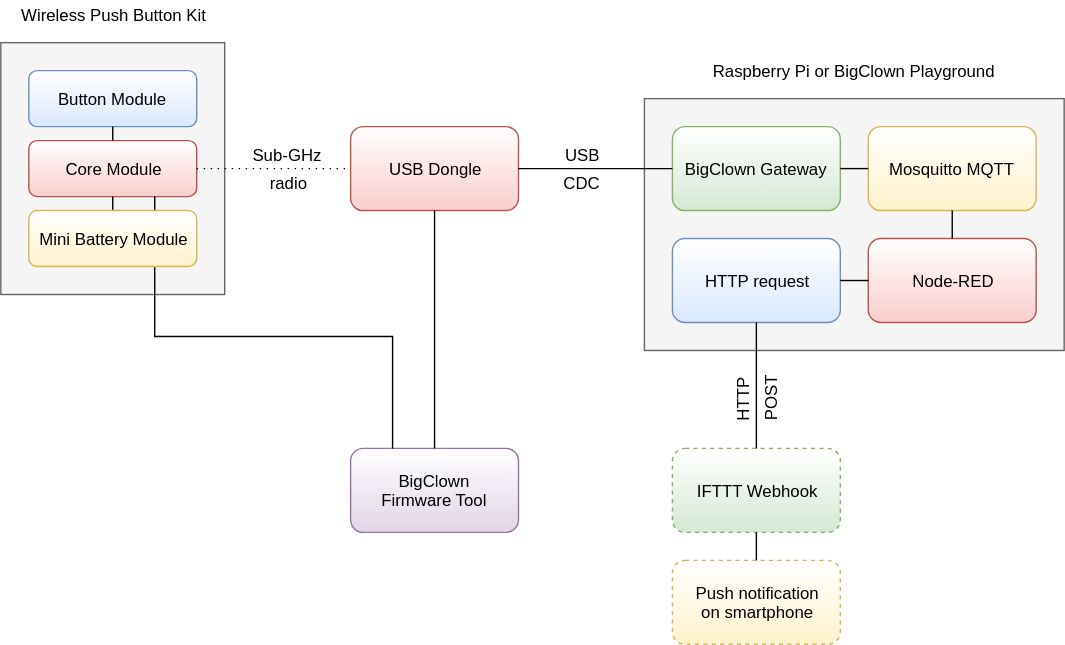
Earlier version of the draw.io export static/doc/projects/wireless-smart-led-strip/block-diagram.svg (hardwario/bc-website). Source tidied: cells renumbered, new cells last; positions are measured from the earlier drawing's top-left corner, leaving out a move shared by most shapes.
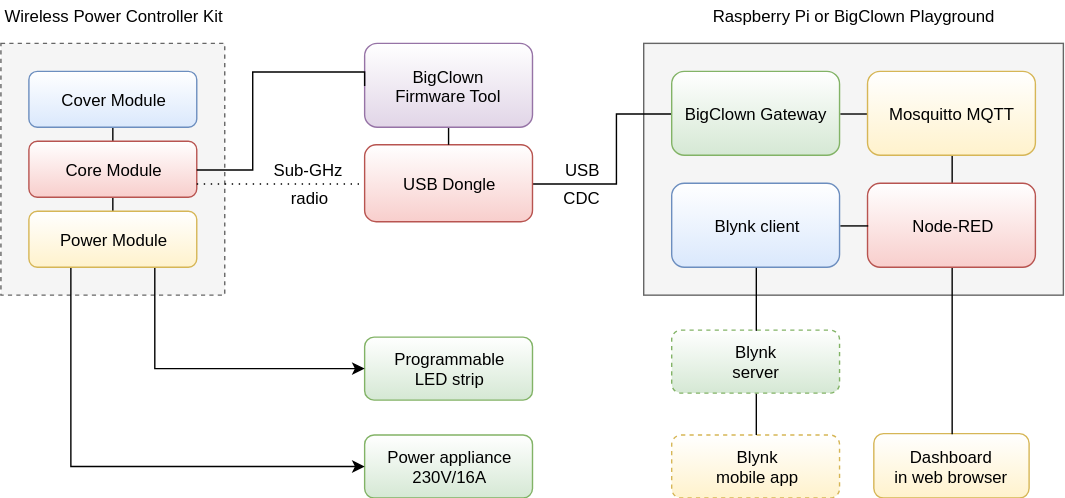
The same diagram one commit later.

The edit, as a diff of the source:
```diff
@@ -2,106 +2,123 @@
   <root>
     <mxCell id="0" />
     <mxCell id="1" parent="0" />
-    <mxCell id="2" style="rounded=0;whiteSpace=wrap;html=1;fillColor=#f5f5f5;strokeColor=#666666;" parent="1" vertex="1">
-      <mxGeometry x="460" y="70" width="300" height="180" as="geometry" />
-    </mxCell>
-    <mxCell id="3" style="rounded=0;whiteSpace=wrap;html=1;fillColor=#f5f5f5;strokeColor=#666666;" parent="1" vertex="1">
-      <mxGeometry y="30" width="160" height="180" as="geometry" />
-    </mxCell>
-    <mxCell id="4" value="Button Module" style="rounded=1;whiteSpace=wrap;html=1;fillColor=#dae8fc;strokeColor=#6c8ebf;gradientDirection=north;gradientColor=#ffffff;" parent="1" vertex="1">
-      <mxGeometry x="20" y="50" width="120" height="40" as="geometry" />
-    </mxCell>
-    <mxCell id="5" value="Core Module" style="rounded=1;whiteSpace=wrap;html=1;fillColor=#f8cecc;strokeColor=#b85450;gradientDirection=north;gradientColor=#ffffff;" parent="1" vertex="1">
-      <mxGeometry x="20" y="100" width="120" height="40" as="geometry" />
-    </mxCell>
+    <mxCell id="34" style="rounded=0;whiteSpace=wrap;html=1;fillColor=#f5f5f5;strokeColor=#666666;dashed=1;" parent="1" vertex="1">
+      <mxGeometry x="20" y="47.5" width="160" height="180" as="geometry" />
+    </mxCell>
+    <mxCell id="35" style="rounded=0;whiteSpace=wrap;html=1;fillColor=#f5f5f5;strokeColor=#666666;" parent="1" vertex="1">
+      <mxGeometry x="479.5" y="47.5" width="300" height="180" as="geometry" />
+    </mxCell>
+    <mxCell id="14" style="edgeStyle=orthogonalEdgeStyle;rounded=0;html=1;exitX=1;exitY=0.5;entryX=0;entryY=0.5;endArrow=none;endFill=0;jettySize=auto;" parent="1" edge="1" source="6" target="7">
+      <mxGeometry relative="1" as="geometry">
+        <Array as="points">
+          <mxPoint x="460" y="147.5" />
+          <mxPoint x="460" y="97.5" />
+        </Array>
+      </mxGeometry>
+    </mxCell>
     <mxCell id="6" value="USB Dongle" style="rounded=1;whiteSpace=wrap;html=1;fillColor=#f8cecc;strokeColor=#b85450;gradientDirection=north;gradientColor=#ffffff;" parent="1" vertex="1">
-      <mxGeometry x="250" y="90" width="120" height="60" as="geometry" />
+      <mxGeometry x="280" y="120" width="120" height="55" as="geometry" />
     </mxCell>
+    <mxCell id="15" style="edgeStyle=orthogonalEdgeStyle;rounded=0;html=1;exitX=1;exitY=0.5;entryX=0;entryY=0.5;endArrow=none;endFill=0;jettySize=auto;" parent="1" edge="1" source="7" target="8">
+      <mxGeometry relative="1" as="geometry" />
+    </mxCell>
     <mxCell id="7" value="BigClown Gateway" style="rounded=1;whiteSpace=wrap;html=1;fillColor=#d5e8d4;strokeColor=#82b366;gradientDirection=north;gradientColor=#ffffff;" parent="1" vertex="1">
-      <mxGeometry x="480" y="90" width="120" height="60" as="geometry" />
+      <mxGeometry x="499.5" y="67.5" width="120" height="60" as="geometry" />
     </mxCell>
+    <mxCell id="16" style="edgeStyle=orthogonalEdgeStyle;rounded=0;html=1;exitX=0.5;exitY=1;entryX=0.5;entryY=0;endArrow=none;endFill=0;jettySize=auto;" parent="1" edge="1" source="8" target="9">
+      <mxGeometry relative="1" as="geometry" />
+    </mxCell>
     <mxCell id="8" value="Mosquitto MQTT" style="rounded=1;whiteSpace=wrap;html=1;fillColor=#fff2cc;strokeColor=#d6b656;gradientColor=#ffffff;gradientDirection=north;" parent="1" vertex="1">
-      <mxGeometry x="620" y="90" width="120" height="60" as="geometry" />
+      <mxGeometry x="639.5" y="67.5" width="120" height="60" as="geometry" />
     </mxCell>
     <mxCell id="9" value="Node-RED" style="rounded=1;whiteSpace=wrap;html=1;fillColor=#f8cecc;strokeColor=#b85450;gradientDirection=north;gradientColor=#ffffff;" parent="1" vertex="1">
-      <mxGeometry x="620" y="170" width="120" height="60" as="geometry" />
+      <mxGeometry x="639.5" y="147.5" width="120" height="60" as="geometry" />
     </mxCell>
     <mxCell id="10" value="BigClown&lt;div&gt;Firmware Tool&lt;/div&gt;" style="rounded=1;whiteSpace=wrap;html=1;fillColor=#e1d5e7;strokeColor=#9673a6;gradientDirection=north;gradientColor=#ffffff;" parent="1" vertex="1">
-      <mxGeometry x="250" y="320" width="120" height="60" as="geometry" />
+      <mxGeometry x="280" y="47.5" width="120" height="60" as="geometry" />
     </mxCell>
-    <mxCell id="11" style="edgeStyle=orthogonalEdgeStyle;rounded=0;html=1;exitX=0.5;exitY=1;entryX=0.5;entryY=0;jettySize=auto;endArrow=none;endFill=0;" parent="1" edge="1" source="4" target="5">
-      <mxGeometry relative="1" as="geometry" />
-    </mxCell>
-    <mxCell id="12" style="edgeStyle=orthogonalEdgeStyle;rounded=0;html=1;exitX=0.5;exitY=1;entryX=0.5;entryY=0;endArrow=none;endFill=0;jettySize=auto;" parent="1" edge="1" source="5" target="20">
-      <mxGeometry relative="1" as="geometry" />
-    </mxCell>
-    <mxCell id="13" style="edgeStyle=orthogonalEdgeStyle;rounded=0;html=1;exitX=1;exitY=0.5;entryX=0;entryY=0.5;endArrow=none;endFill=0;jettySize=auto;dashed=1;dashPattern=1 4;" parent="1" edge="1" source="5" target="6">
-      <mxGeometry relative="1" as="geometry" />
-    </mxCell>
-    <mxCell id="14" style="edgeStyle=orthogonalEdgeStyle;rounded=0;html=1;exitX=1;exitY=0.5;entryX=0;entryY=0.5;endArrow=none;endFill=0;jettySize=auto;" parent="1" edge="1" source="6" target="7">
-      <mxGeometry relative="1" as="geometry" />
-    </mxCell>
-    <mxCell id="15" style="edgeStyle=orthogonalEdgeStyle;rounded=0;html=1;exitX=1;exitY=0.5;entryX=0;entryY=0.5;endArrow=none;endFill=0;jettySize=auto;" parent="1" edge="1" source="7" target="8">
-      <mxGeometry relative="1" as="geometry" />
-    </mxCell>
-    <mxCell id="16" style="edgeStyle=orthogonalEdgeStyle;rounded=0;html=1;exitX=0.5;exitY=1;entryX=0.5;entryY=0;endArrow=none;endFill=0;jettySize=auto;" parent="1" edge="1" source="8" target="9">
-      <mxGeometry relative="1" as="geometry" />
-    </mxCell>
-    <mxCell id="17" value="Push notification&lt;div&gt;on smartphone&lt;/div&gt;" style="rounded=1;whiteSpace=wrap;html=1;fillColor=#fff2cc;strokeColor=#d6b656;gradientColor=#ffffff;gradientDirection=north;dashed=1;" parent="1" vertex="1">
-      <mxGeometry x="480" y="400" width="120" height="60" as="geometry" />
-    </mxCell>
-    <mxCell id="18" style="edgeStyle=orthogonalEdgeStyle;rounded=0;html=1;exitX=0.5;exitY=0;entryX=0.5;entryY=1;endArrow=none;endFill=0;jettySize=auto;" parent="1" edge="1" source="10" target="6">
-      <mxGeometry relative="1" as="geometry" />
-    </mxCell>
-    <mxCell id="19" style="edgeStyle=orthogonalEdgeStyle;rounded=0;html=1;exitX=0.25;exitY=0;entryX=0.75;entryY=1;endArrow=none;endFill=0;jettySize=auto;" parent="1" edge="1" source="10" target="5">
-      <mxGeometry relative="1" as="geometry">
-        <Array as="points">
-          <mxPoint x="280" y="240" />
-          <mxPoint x="110" y="240" />
-        </Array>
-      </mxGeometry>
-    </mxCell>
-    <mxCell id="20" value="Mini Battery Module" style="rounded=1;whiteSpace=wrap;html=1;fillColor=#fff2cc;strokeColor=#d6b656;gradientColor=#ffffff;gradientDirection=north;" parent="1" vertex="1">
-      <mxGeometry x="20" y="150" width="120" height="40" as="geometry" />
-    </mxCell>
-    <mxCell id="21" value="IFTTT Webhook" style="rounded=1;whiteSpace=wrap;html=1;fillColor=#d5e8d4;strokeColor=#82b366;gradientDirection=north;gradientColor=#ffffff;dashed=1;" parent="1" vertex="1">
-      <mxGeometry x="480" y="320" width="120" height="60" as="geometry" />
-    </mxCell>
-    <mxCell id="22" style="edgeStyle=orthogonalEdgeStyle;rounded=0;html=1;exitX=0.5;exitY=1;entryX=0.5;entryY=0;endArrow=none;endFill=0;jettySize=auto;" parent="1" edge="1" source="21" target="17">
-      <mxGeometry relative="1" as="geometry" />
-    </mxCell>
-    <mxCell id="23" value="HTTP request" style="rounded=1;whiteSpace=wrap;html=1;fillColor=#dae8fc;strokeColor=#6c8ebf;gradientDirection=north;gradientColor=#ffffff;" parent="1" vertex="1">
-      <mxGeometry x="480" y="170" width="120" height="60" as="geometry" />
-    </mxCell>
-    <mxCell id="24" style="edgeStyle=orthogonalEdgeStyle;rounded=0;html=1;exitX=1;exitY=0.5;entryX=0;entryY=0.5;endArrow=none;endFill=0;jettySize=auto;" parent="1" edge="1" source="23" target="9">
-      <mxGeometry relative="1" as="geometry" />
-    </mxCell>
-    <mxCell id="25" style="edgeStyle=orthogonalEdgeStyle;rounded=0;html=1;exitX=0.5;exitY=0;entryX=0.5;entryY=1;endArrow=none;endFill=0;jettySize=auto;" parent="1" edge="1" source="21" target="23">
-      <mxGeometry relative="1" as="geometry" />
-    </mxCell>
-    <mxCell id="26" value="Wireless Push Button Kit" style="text;html=1;strokeColor=none;fillColor=none;align=center;verticalAlign=middle;whiteSpace=wrap;rounded=0;" parent="1" vertex="1">
-      <mxGeometry width="160" height="20" as="geometry" />
-    </mxCell>
-    <mxCell id="27" value="Sub-GHz" style="text;html=1;strokeColor=none;fillColor=none;align=center;verticalAlign=middle;whiteSpace=wrap;rounded=0;" parent="1" vertex="1">
-      <mxGeometry x="160" y="100" width="90" height="20" as="geometry" />
-    </mxCell>
-    <mxCell id="28" value="radio" style="text;html=1;strokeColor=none;fillColor=none;align=center;verticalAlign=middle;whiteSpace=wrap;rounded=0;" parent="1" vertex="1">
-      <mxGeometry x="160" y="120" width="90" height="20" as="geometry" />
-    </mxCell>
+    <mxCell id="36" style="edgeStyle=orthogonalEdgeStyle;rounded=0;html=1;exitX=1;exitY=0.5;entryX=0;entryY=0.5;endArrow=none;endFill=0;jettySize=auto;" parent="1" edge="1" source="37" target="9">
+      <mxGeometry relative="1" as="geometry" />
+    </mxCell>
+    <mxCell id="37" value="Blynk client" style="rounded=1;whiteSpace=wrap;html=1;fillColor=#dae8fc;strokeColor=#6c8ebf;gradientDirection=north;gradientColor=#ffffff;" parent="1" vertex="1">
+      <mxGeometry x="499.5" y="147.5" width="120" height="60" as="geometry" />
+    </mxCell>
     <mxCell id="29" value="USB" style="text;html=1;strokeColor=none;fillColor=none;align=center;verticalAlign=middle;whiteSpace=wrap;rounded=0;" parent="1" vertex="1">
-      <mxGeometry x="370" y="100" width="90" height="20" as="geometry" />
+      <mxGeometry x="389.5" y="127.5" width="90" height="20" as="geometry" />
     </mxCell>
     <mxCell id="30" value="CDC" style="text;html=1;strokeColor=none;fillColor=none;align=center;verticalAlign=middle;whiteSpace=wrap;rounded=0;" parent="1" vertex="1">
-      <mxGeometry x="370" y="120" width="90" height="20" as="geometry" />
+      <mxGeometry x="389.5" y="147.5" width="90" height="20" as="geometry" />
     </mxCell>
     <mxCell id="31" value="Raspberry Pi or BigClown Playground" style="text;html=1;strokeColor=none;fillColor=none;align=center;verticalAlign=middle;whiteSpace=wrap;rounded=0;" parent="1" vertex="1">
-      <mxGeometry x="460" y="40" width="300" height="20" as="geometry" />
+      <mxGeometry x="479.5" y="17.5" width="300" height="20" as="geometry" />
     </mxCell>
-    <mxCell id="32" value="HTTP" style="text;html=1;strokeColor=none;fillColor=none;align=center;verticalAlign=middle;whiteSpace=wrap;rounded=0;rotation=-90;" parent="1" vertex="1">
-      <mxGeometry x="505" y="275" width="50" height="20" as="geometry" />
-    </mxCell>
-    <mxCell id="33" value="POST" style="text;html=1;strokeColor=none;fillColor=none;align=center;verticalAlign=middle;whiteSpace=wrap;rounded=0;rotation=-90;" parent="1" vertex="1">
-      <mxGeometry x="525" y="275" width="50" height="20" as="geometry" />
-    </mxCell>
+    <mxCell id="38" style="edgeStyle=orthogonalEdgeStyle;rounded=0;html=1;exitX=0.5;exitY=1;entryX=0.5;entryY=0;jettySize=auto;endArrow=none;endFill=0;" parent="1" edge="1" source="39" target="5">
+      <mxGeometry relative="1" as="geometry" />
+    </mxCell>
+    <mxCell id="39" value="Cover Module" style="rounded=1;whiteSpace=wrap;html=1;fillColor=#dae8fc;strokeColor=#6c8ebf;gradientDirection=north;gradientColor=#ffffff;" parent="1" vertex="1">
+      <mxGeometry x="40" y="67.5" width="120" height="40" as="geometry" />
+    </mxCell>
+    <mxCell id="40" style="edgeStyle=orthogonalEdgeStyle;rounded=0;html=1;exitX=0.5;exitY=1;entryX=0.5;entryY=0;endArrow=none;endFill=0;jettySize=auto;" parent="1" edge="1" source="5" target="41">
+      <mxGeometry relative="1" as="geometry" />
+    </mxCell>
+    <mxCell id="5" value="Core Module" style="rounded=1;whiteSpace=wrap;html=1;fillColor=#f8cecc;strokeColor=#b85450;gradientDirection=north;gradientColor=#ffffff;" parent="1" vertex="1">
+      <mxGeometry x="40" y="117.5" width="120" height="40" as="geometry" />
+    </mxCell>
+    <mxCell id="41" value="Power Module" style="rounded=1;whiteSpace=wrap;html=1;fillColor=#fff2cc;strokeColor=#d6b656;gradientColor=#ffffff;gradientDirection=north;" parent="1" vertex="1">
+      <mxGeometry x="40" y="167.5" width="120" height="40" as="geometry" />
+    </mxCell>
+    <mxCell id="42" value="Wireless Power Controller Kit" style="text;html=1;strokeColor=none;fillColor=none;align=center;verticalAlign=middle;whiteSpace=wrap;rounded=0;" parent="1" vertex="1">
+      <mxGeometry x="20" y="17.5" width="160" height="20" as="geometry" />
+    </mxCell>
+    <mxCell id="19" style="edgeStyle=orthogonalEdgeStyle;rounded=0;html=1;exitX=0;exitY=0.5;entryX=1;entryY=0.5;endArrow=none;endFill=0;jettySize=auto;" parent="1" edge="1" source="10" target="5">
+      <mxGeometry relative="1" as="geometry">
+        <Array as="points">
+          <mxPoint x="200" y="67.5" />
+          <mxPoint x="200" y="137.5" />
+        </Array>
+      </mxGeometry>
+    </mxCell>
+    <mxCell id="13" style="edgeStyle=orthogonalEdgeStyle;rounded=0;html=1;endArrow=none;endFill=0;jettySize=auto;dashed=1;dashPattern=1 4;entryX=0;entryY=0.5;exitX=1;exitY=0.75;" parent="1" edge="1" source="5" target="6">
+      <mxGeometry relative="1" as="geometry" />
+    </mxCell>
+    <mxCell id="43" value="Programmable&lt;div&gt;LED strip&lt;/div&gt;" style="rounded=1;whiteSpace=wrap;html=1;fillColor=#d5e8d4;strokeColor=#82b366;gradientDirection=north;gradientColor=#ffffff;" parent="1" vertex="1">
+      <mxGeometry x="280" y="257.5" width="120" height="45" as="geometry" />
+    </mxCell>
+    <mxCell id="27" value="Sub-GHz" style="text;html=1;strokeColor=none;fillColor=none;align=center;verticalAlign=middle;whiteSpace=wrap;rounded=0;" parent="1" vertex="1">
+      <mxGeometry x="180" y="127.5" width="120" height="20" as="geometry" />
+    </mxCell>
+    <mxCell id="28" value="radio" style="text;html=1;strokeColor=none;fillColor=none;align=center;verticalAlign=middle;whiteSpace=wrap;rounded=0;" parent="1" vertex="1">
+      <mxGeometry x="180" y="147.5" width="120" height="20" as="geometry" />
+    </mxCell>
+    <mxCell id="44" value="Blynk&lt;div&gt;mobile&amp;nbsp;&lt;span&gt;app&lt;/span&gt;&lt;/div&gt;" style="rounded=1;whiteSpace=wrap;html=1;fillColor=#fff2cc;strokeColor=#d6b656;gradientColor=#ffffff;gradientDirection=north;dashed=1;" parent="1" vertex="1">
+      <mxGeometry x="499.5" y="327.5" width="120" height="45" as="geometry" />
+    </mxCell>
+    <mxCell id="45" value="Blynk&lt;div&gt;server&lt;/div&gt;" style="rounded=1;whiteSpace=wrap;html=1;fillColor=#d5e8d4;strokeColor=#82b366;gradientDirection=north;gradientColor=#ffffff;dashed=1;" parent="1" vertex="1">
+      <mxGeometry x="499.5" y="252.5" width="120" height="45" as="geometry" />
+    </mxCell>
+    <mxCell id="46" value="Dashboard&lt;div&gt;in web browser&lt;/div&gt;" style="rounded=1;whiteSpace=wrap;html=1;fillColor=#fff2cc;strokeColor=#d6b656;gradientColor=#ffffff;gradientDirection=north;" parent="1" vertex="1">
+      <mxGeometry x="644" y="326.5" width="111" height="46" as="geometry" />
+    </mxCell>
+    <mxCell id="47" style="edgeStyle=orthogonalEdgeStyle;rounded=0;html=1;exitX=0.5;exitY=0;entryX=0.5;entryY=1;endArrow=none;endFill=0;jettySize=auto;" parent="1" edge="1" source="45" target="37">
+      <mxGeometry relative="1" as="geometry" />
+    </mxCell>
+    <mxCell id="48" style="edgeStyle=orthogonalEdgeStyle;rounded=0;html=1;exitX=0.5;exitY=0;entryX=0.5;entryY=1;endArrow=none;endFill=0;jettySize=auto;" parent="1" edge="1" source="46" target="9">
+      <mxGeometry relative="1" as="geometry" />
+    </mxCell>
+    <mxCell id="49" style="edgeStyle=orthogonalEdgeStyle;rounded=0;html=1;endArrow=none;endFill=0;jettySize=auto;entryX=0.5;entryY=1;exitX=0.5;exitY=0;" parent="1" edge="1" source="6" target="10">
+      <mxGeometry relative="1" as="geometry" />
+    </mxCell>
+    <mxCell id="50" value="Power appliance&lt;br&gt;230V/16A" style="rounded=1;whiteSpace=wrap;html=1;fillColor=#d5e8d4;strokeColor=#82b366;gradientDirection=north;gradientColor=#ffffff;" parent="1" vertex="1">
+      <mxGeometry x="280" y="327.5" width="120" height="45" as="geometry" />
+    </mxCell>
+    <mxCell id="51" style="edgeStyle=orthogonalEdgeStyle;rounded=0;html=1;exitX=0.75;exitY=1;entryX=0;entryY=0.5;jettySize=auto;" parent="1" edge="1" source="41" target="43">
+      <mxGeometry relative="1" as="geometry" />
+    </mxCell>
+    <mxCell id="52" style="edgeStyle=orthogonalEdgeStyle;rounded=0;html=1;exitX=0.25;exitY=1;entryX=0;entryY=0.5;jettySize=auto;" parent="1" edge="1" source="41" target="50">
+      <mxGeometry relative="1" as="geometry" />
+    </mxCell>
+    <mxCell id="53" style="edgeStyle=orthogonalEdgeStyle;rounded=0;html=1;endArrow=none;endFill=0;jettySize=auto;entryX=0.5;entryY=1;" parent="1" edge="1" source="44" target="45">
+      <mxGeometry relative="1" as="geometry" />
+    </mxCell>
   </root>
 </mxGraphModel>
```
